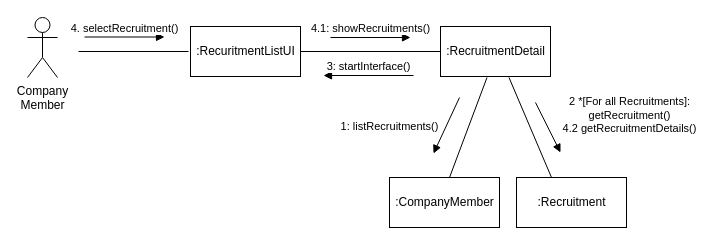
Above: B981008_김미래/채용상세정보페이지제공.drawio in FinancialWorld16/SE_TEAM (draw.io), before the change. Source tidied: cells renumbered, new cells numbered last; positions are measured from the earlier drawing's top-left corner, leaving out a move shared by most shapes. Both pictures are drawn from the tidied source at 100%, with x=0, y=0 at pixel (27, 17).
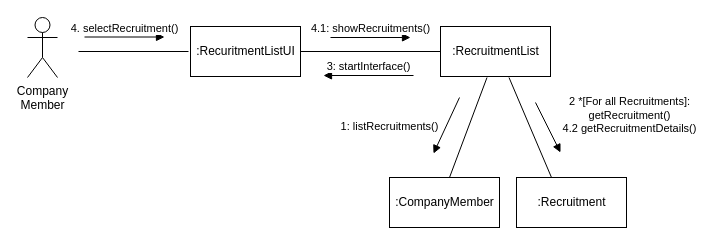
The same diagram, later.

Commit message (it also covers changes not shown here):
communication diagram 미팅 후 수정

Change to the diagram source:
```diff
@@
-    <mxCell id="6" value=":RecruitmentDetail" style="html=1;" parent="1" vertex="1">
+    <mxCell id="6" value=":RecruitmentList" style="html=1;" parent="1" vertex="1">
       <mxGeometry x="413" y="9" width="110" height="50" as="geometry" />
     </mxCell>
```
